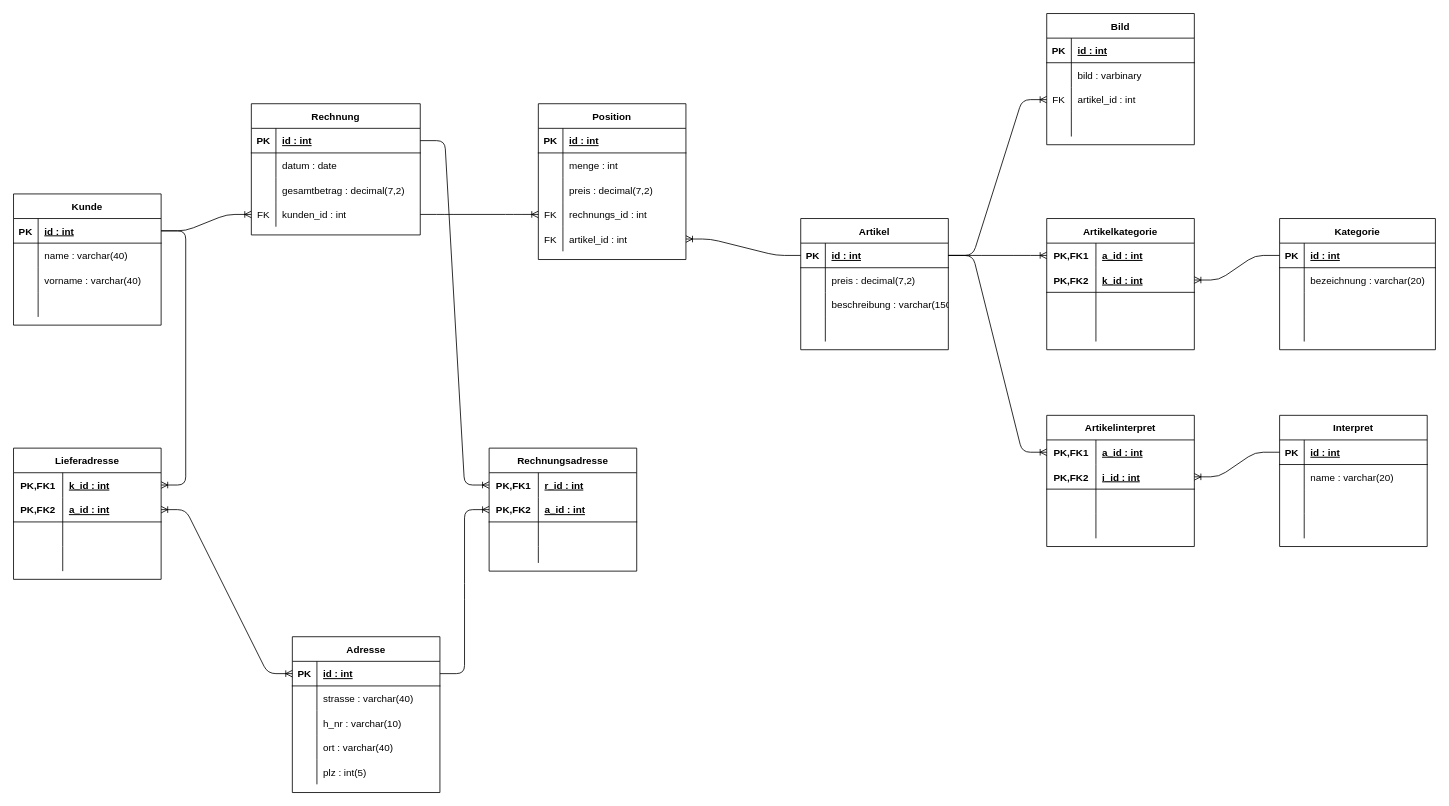
This is DesktopApp/preparation/RelationalesDatenmodell.drawio from PhilDusseldorf/FachSpezII, a draw.io file, before an edit. Source tidied: cells renumbered, new cells numbered last; positions are measured from the earlier drawing's top-left corner, leaving out a move shared by most shapes. Both pictures are drawn from the tidied source at 82%, with x=0, y=0 at pixel (13, 13).
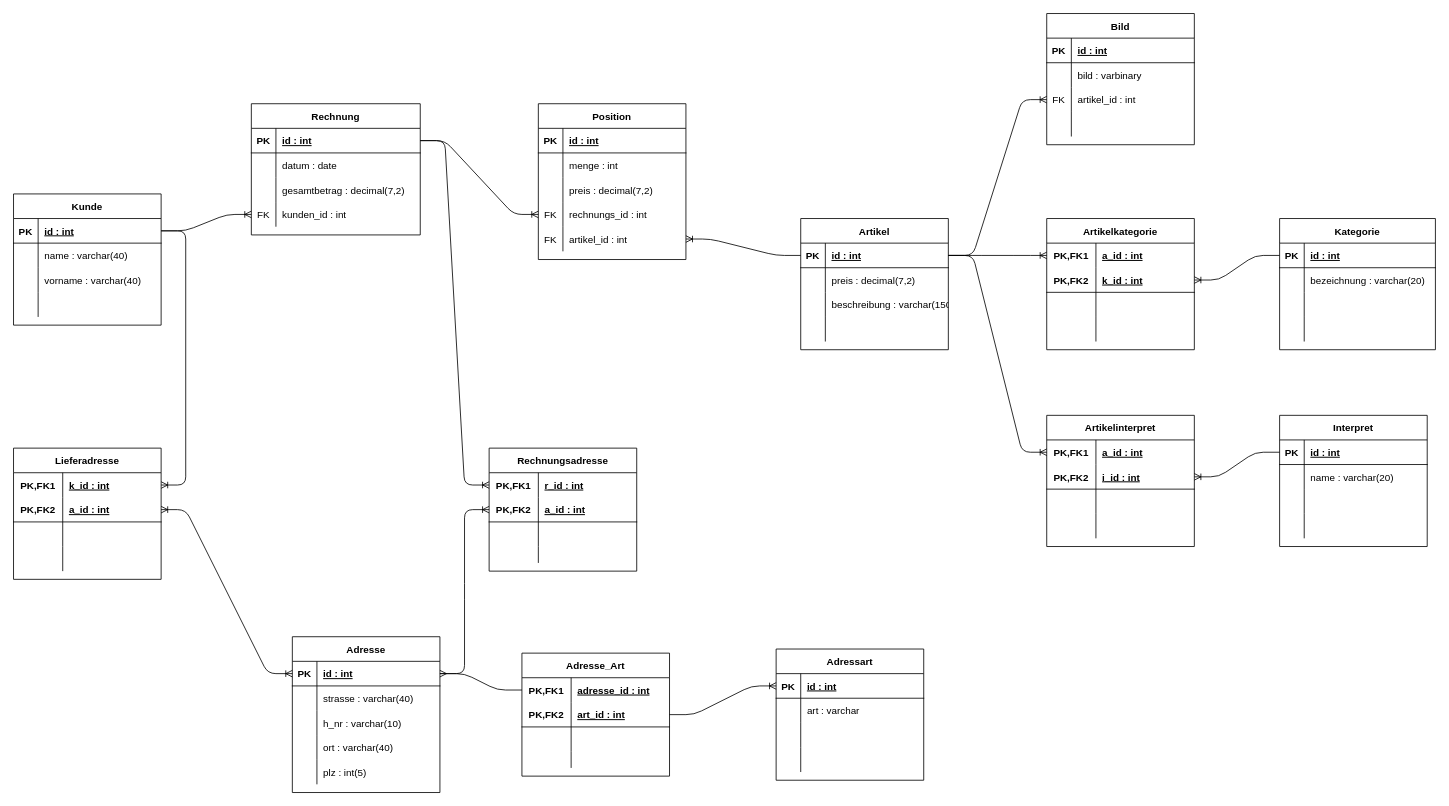
The same diagram, later.

Unchanged cells that the change refers to:
```xml
<mxCell id="29" style="shape=partialRectangle;fillColor=none;top=0;left=0;bottom=1;right=0;points=[[0,0.5],[1,0.5]];portConstraint=eastwest;" parent="28" vertex="1">
  <mxGeometry y="30" width="180" height="30" as="geometry" />
</mxCell>
<mxCell id="45" style="shape=partialRectangle;fillColor=none;top=0;left=0;bottom=1;right=0;points=[[0,0.5],[1,0.5]];portConstraint=eastwest;" parent="44" vertex="1">
  <mxGeometry y="30" width="206" height="30" as="geometry" />
</mxCell>
<mxCell id="54" style="shape=partialRectangle;fillColor=none;top=0;left=0;bottom=0;right=0;points=[[0,0.5],[1,0.5]];portConstraint=eastwest;" parent="44" vertex="1">
  <mxGeometry y="120" width="206" height="30" as="geometry" />
</mxCell>
<mxCell id="80" style="shape=partialRectangle;fillColor=none;top=0;left=0;bottom=0;right=0;points=[[0,0.5],[1,0.5]];portConstraint=eastwest;" parent="70" vertex="1">
  <mxGeometry y="120" width="180" height="30" as="geometry" />
</mxCell>
```

What changed in the source:
```diff
@@
-    <mxCell id="88" style="edgeStyle=entityRelationEdgeStyle;fontSize=12;html=1;endArrow=ERoneToMany;entryX=0;entryY=0.5;entryDx=0;entryDy=0;" parent="1" edge="1" source="54" target="80">
+    <mxCell id="88" style="edgeStyle=entityRelationEdgeStyle;fontSize=12;html=1;endArrow=ERoneToMany;entryX=0;entryY=0.5;entryDx=0;entryDy=0;exitX=1;exitY=0.5;exitDx=0;exitDy=0;" parent="1" edge="1" source="45" target="80">
       <mxGeometry relative="1" as="geometry" />
     </mxCell>
@@
+    <mxCell id="176" value="Adressart" style="shape=table;startSize=30;childLayout=tableLayout;rowLines=0;fontStyle=1;align=center;" parent="1" vertex="1">
+      <mxGeometry x="930" y="775" width="180" height="160" as="geometry" />
+    </mxCell>
+    <mxCell id="177" style="shape=partialRectangle;fillColor=none;top=0;left=0;bottom=1;right=0;points=[[0,0.5],[1,0.5]];portConstraint=eastwest;" parent="176" vertex="1">
+      <mxGeometry y="30" width="180" height="30" as="geometry" />
+    </mxCell>
+    <mxCell id="178" value="PK" style="shape=partialRectangle;fillColor=none;top=0;left=0;bottom=0;right=0;fontStyle=1;overflow=hidden;" parent="177" vertex="1">
+      <mxGeometry width="30" height="30" as="geometry" />
+    </mxCell>
+    <mxCell id="179" value="id : int" style="shape=partialRectangle;fillColor=none;top=0;left=0;bottom=0;right=0;align=left;spacingLeft=6;fontStyle=5;overflow=hidden;" parent="177" vertex="1">
+      <mxGeometry x="30" width="150" height="30" as="geometry" />
+    </mxCell>
+    <mxCell id="180" style="shape=partialRectangle;fillColor=none;top=0;left=0;bottom=0;right=0;" parent="176" vertex="1">
+      <mxGeometry y="60" width="180" height="30" as="geometry" />
+    </mxCell>
+    <mxCell id="181" style="shape=partialRectangle;fillColor=none;top=0;left=0;bottom=0;right=0;overflow=hidden;" parent="180" vertex="1">
+      <mxGeometry width="30" height="30" as="geometry" />
+    </mxCell>
+    <mxCell id="182" value="art : varchar" style="shape=partialRectangle;fillColor=none;top=0;left=0;bottom=0;right=0;align=left;spacingLeft=6;overflow=hidden;" parent="180" vertex="1">
+      <mxGeometry x="30" width="150" height="30" as="geometry" />
+    </mxCell>
+    <mxCell id="183" style="shape=partialRectangle;fillColor=none;top=0;left=0;bottom=0;right=0;" parent="176" vertex="1">
+      <mxGeometry y="90" width="180" height="30" as="geometry" />
+    </mxCell>
+    <mxCell id="184" style="shape=partialRectangle;fillColor=none;top=0;left=0;bottom=0;right=0;overflow=hidden;" parent="183" vertex="1">
+      <mxGeometry width="30" height="30" as="geometry" />
+    </mxCell>
+    <mxCell id="185" style="shape=partialRectangle;fillColor=none;top=0;left=0;bottom=0;right=0;align=left;spacingLeft=6;overflow=hidden;" parent="183" vertex="1">
+      <mxGeometry x="30" width="150" height="30" as="geometry" />
+    </mxCell>
+    <mxCell id="186" style="shape=partialRectangle;fillColor=none;top=0;left=0;bottom=0;right=0;" parent="176" vertex="1">
+      <mxGeometry y="120" width="180" height="30" as="geometry" />
+    </mxCell>
+    <mxCell id="187" style="shape=partialRectangle;fillColor=none;top=0;left=0;bottom=0;right=0;overflow=hidden;" parent="186" vertex="1">
+      <mxGeometry width="30" height="30" as="geometry" />
+    </mxCell>
+    <mxCell id="188" style="shape=partialRectangle;fillColor=none;top=0;left=0;bottom=0;right=0;align=left;spacingLeft=6;overflow=hidden;" parent="186" vertex="1">
+      <mxGeometry x="30" width="150" height="30" as="geometry" />
+    </mxCell>
+    <mxCell id="189" value="Adresse_Art" style="shape=table;startSize=30;childLayout=tableLayout;rowLines=0;fontStyle=1;align=center;" parent="1" vertex="1">
+      <mxGeometry x="620" y="780" width="180" height="150" as="geometry" />
+    </mxCell>
+    <mxCell id="190" style="shape=partialRectangle;fillColor=none;top=0;left=0;bottom=0;right=0;points=[[0,0.5],[1,0.5]];portConstraint=eastwest;" parent="189" vertex="1">
+      <mxGeometry y="30" width="180" height="30" as="geometry" />
+    </mxCell>
+    <mxCell id="191" value="PK,FK1" style="shape=partialRectangle;fillColor=none;top=0;left=0;bottom=0;right=0;fontStyle=1;overflow=hidden;" parent="190" vertex="1">
+      <mxGeometry width="60" height="30" as="geometry" />
+    </mxCell>
+    <mxCell id="192" value="adresse_id : int" style="shape=partialRectangle;fillColor=none;top=0;left=0;bottom=0;right=0;align=left;spacingLeft=6;fontStyle=5;overflow=hidden;" parent="190" vertex="1">
+      <mxGeometry x="60" width="120" height="30" as="geometry" />
+    </mxCell>
+    <mxCell id="193" style="shape=partialRectangle;fillColor=none;top=0;left=0;bottom=1;right=0;points=[[0,0.5],[1,0.5]];portConstraint=eastwest;" parent="189" vertex="1">
+      <mxGeometry y="60" width="180" height="30" as="geometry" />
+    </mxCell>
+    <mxCell id="194" value="PK,FK2" style="shape=partialRectangle;fillColor=none;top=0;left=0;bottom=0;right=0;fontStyle=1;overflow=hidden;" parent="193" vertex="1">
+      <mxGeometry width="60" height="30" as="geometry" />
+    </mxCell>
+    <mxCell id="195" value="art_id : int" style="shape=partialRectangle;fillColor=none;top=0;left=0;bottom=0;right=0;align=left;spacingLeft=6;fontStyle=5;overflow=hidden;" parent="193" vertex="1">
+      <mxGeometry x="60" width="120" height="30" as="geometry" />
+    </mxCell>
+    <mxCell id="196" style="shape=partialRectangle;fillColor=none;top=0;left=0;bottom=0;right=0;" parent="189" vertex="1">
+      <mxGeometry y="90" width="180" height="30" as="geometry" />
+    </mxCell>
+    <mxCell id="197" style="shape=partialRectangle;fillColor=none;top=0;left=0;bottom=0;right=0;overflow=hidden;" parent="196" vertex="1">
+      <mxGeometry width="60" height="30" as="geometry" />
+    </mxCell>
+    <mxCell id="198" style="shape=partialRectangle;fillColor=none;top=0;left=0;bottom=0;right=0;align=left;spacingLeft=6;overflow=hidden;" parent="196" vertex="1">
+      <mxGeometry x="60" width="120" height="30" as="geometry" />
+    </mxCell>
+    <mxCell id="199" style="shape=partialRectangle;fillColor=none;top=0;left=0;bottom=0;right=0;" parent="189" vertex="1">
+      <mxGeometry y="120" width="180" height="20" as="geometry" />
+    </mxCell>
+    <mxCell id="200" style="shape=partialRectangle;fillColor=none;top=0;left=0;bottom=0;right=0;overflow=hidden;" parent="199" vertex="1">
+      <mxGeometry width="60" height="20" as="geometry" />
+    </mxCell>
+    <mxCell id="201" style="shape=partialRectangle;fillColor=none;top=0;left=0;bottom=0;right=0;align=left;spacingLeft=6;overflow=hidden;" parent="199" vertex="1">
+      <mxGeometry x="60" width="120" height="20" as="geometry" />
+    </mxCell>
+    <mxCell id="202" style="edgeStyle=entityRelationEdgeStyle;fontSize=12;html=1;endArrow=ERmany;exitX=0;exitY=0.5;exitDx=0;exitDy=0;entryX=1;entryY=0.5;entryDx=0;entryDy=0;" parent="1" edge="1" source="190" target="29">
+      <mxGeometry relative="1" as="geometry" />
+    </mxCell>
+    <mxCell id="203" style="edgeStyle=entityRelationEdgeStyle;fontSize=12;html=1;endArrow=ERoneToMany;exitX=1;exitY=0.5;exitDx=0;exitDy=0;entryX=0;entryY=0.5;entryDx=0;entryDy=0;" parent="1" edge="1" source="193" target="177">
+      <mxGeometry relative="1" as="geometry" />
+    </mxCell>
```
